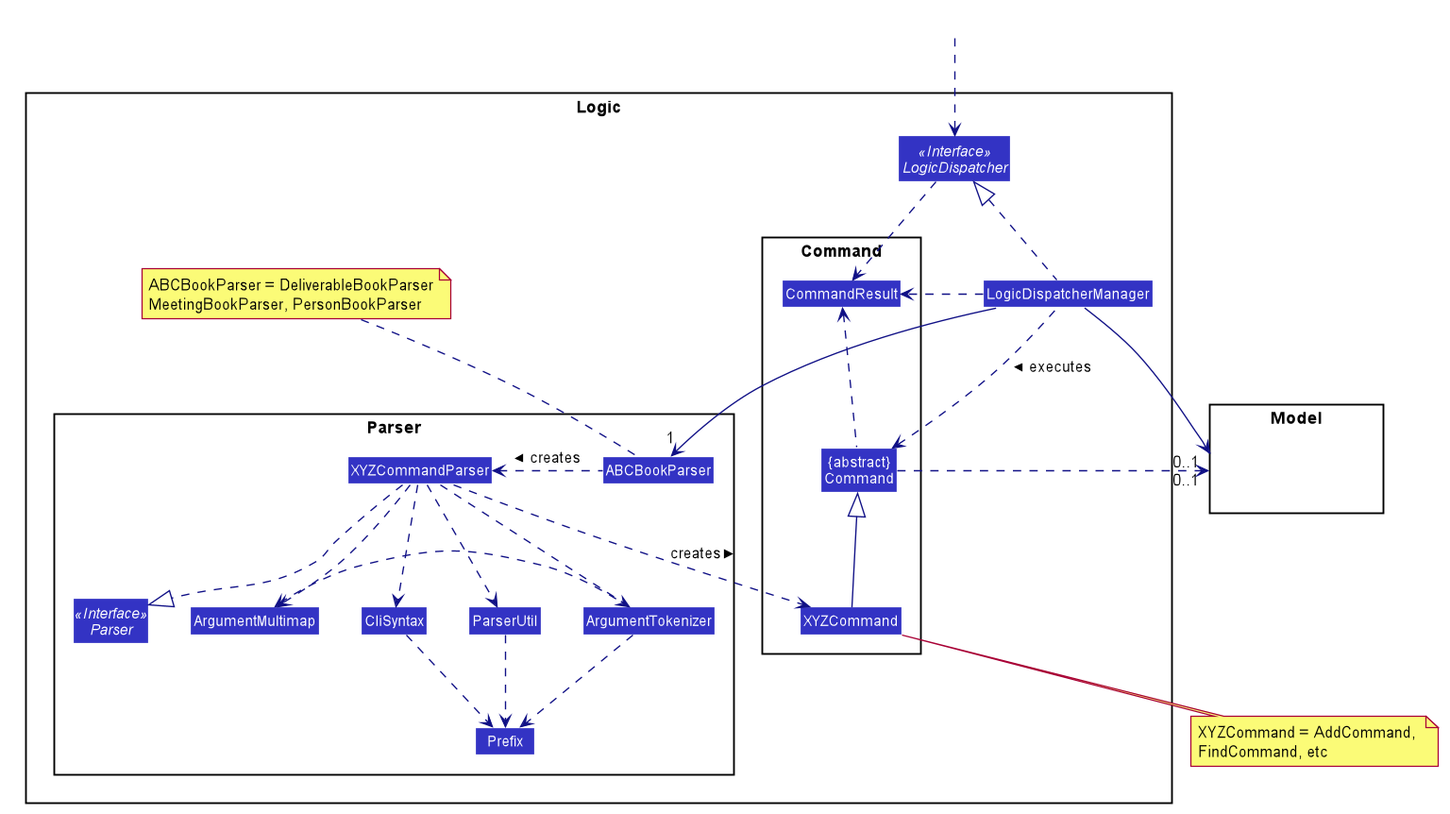
shadowezz/Productiv keeps this PlantUML diagram as docs/images/LogicClassDiagram.png. Above is the earlier version. The source it was exported from:
```plantuml
@startuml








skinparam BackgroundColor #FFFFFFF

skinparam Shadowing false

skinparam Class {
    FontColor #FFFFFF
    BorderThickness 1
    BorderColor #FFFFFF
    StereotypeFontColor #FFFFFF
    FontName Arial
}

skinparam Actor {
    BorderColor #000000
    Color #000000
    FontName Arial
}

skinparam Sequence {
    MessageAlign center
    BoxFontSize 15
    BoxPadding 0
    BoxFontColor #FFFFFF
    FontName Arial
}

skinparam Participant {
    FontColor #FFFFFFF
    Padding 20
}

skinparam MinClassWidth 50
skinparam ParticipantPadding 10
skinparam Shadowing false
skinparam DefaultTextAlignment center
skinparam packageStyle Rectangle

hide footbox
hide members
hide circle
skinparam arrowThickness 1.1
skinparam arrowColor #101086
skinparam classBackgroundColor #3333C4

package Logic {

package Parser {
Interface Parser <<Interface>>
Class ABCBookParser
Class XYZCommandParser
Class CliSyntax
Class ParserUtil
Class ArgumentMultimap
Class ArgumentTokenizer
Class Prefix
}

package Command {
Class XYZCommand
Class CommandResult
Class "{abstract}\nCommand" as Command
}

Interface LogicDispatcher <<Interface>>
Class LogicDispatcherManager

note top of ABCBookParser: ABCBookParser = DeliverableBookParser\nMeetingBookParser, PersonBookParser

}

package Model{
class HiddenModel #FFFFFF
}

Class HiddenOutside #FFFFFF
HiddenOutside ..> LogicDispatcher

LogicDispatcherManager .up.|> LogicDispatcher
LogicDispatcherManager -->"1" ABCBookParser
ABCBookParser .left.> XYZCommandParser: creates >

XYZCommandParser ..> XYZCommand : creates >
XYZCommandParser ..|> Parser
XYZCommandParser ..> ArgumentMultimap
XYZCommandParser ..> ArgumentTokenizer
ArgumentTokenizer .left.> ArgumentMultimap
XYZCommandParser ..> CliSyntax
CliSyntax ..> Prefix
XYZCommandParser ..> ParserUtil
ParserUtil .down.> Prefix
ArgumentTokenizer .down.> Prefix
XYZCommand -up-|> Command
LogicDispatcherManager .left.> Command : executes >

LogicDispatcherManager -> "0..1           " Model
Command .> "0..1    " Model

note bottom of XYZCommand: XYZCommand = AddCommand, \nFindCommand, etc
LogicDispatcher ..> CommandResult
LogicDispatcherManager .down.> CommandResult
Command .up.> CommandResult
CommandResult -[hidden]-> Parser
@enduml
```
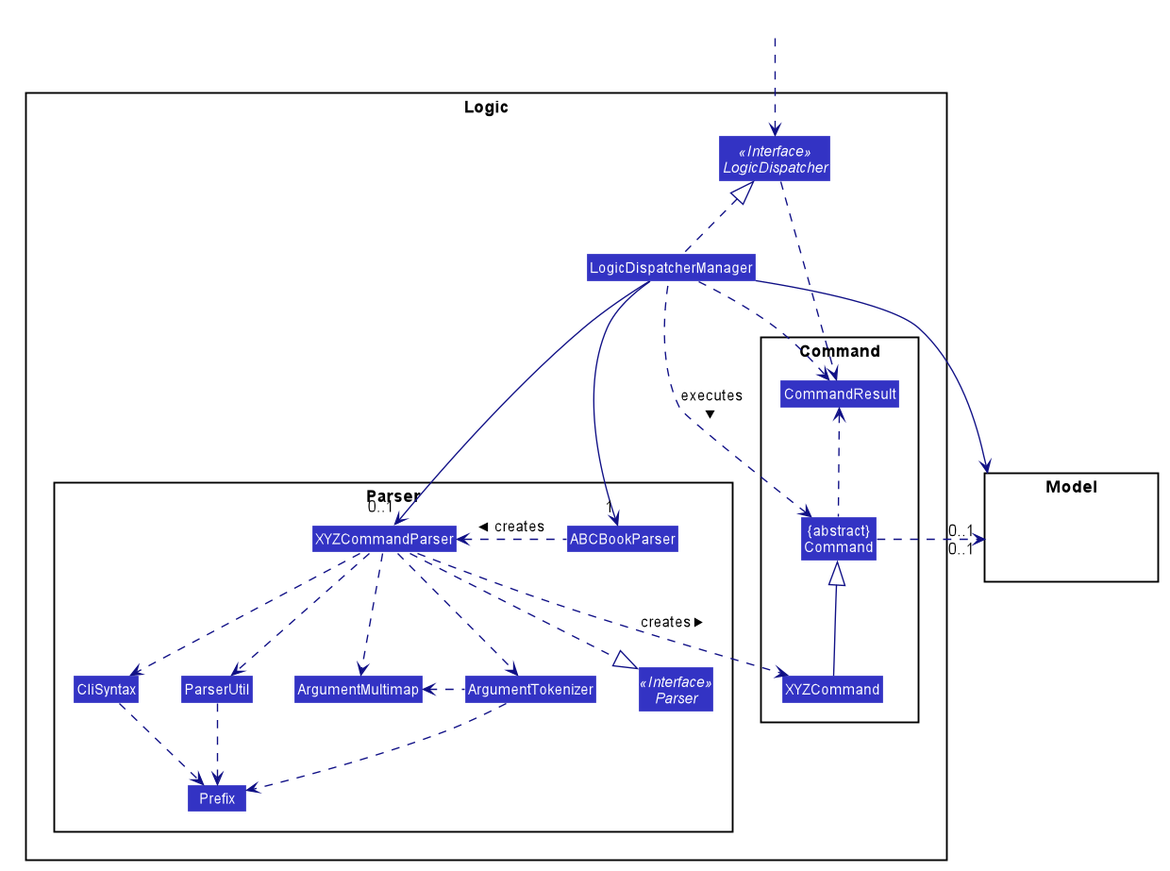
After the change.

Change to the diagram source:
```diff
@@ -47,6 +47,8 @@
 hide footbox
 hide members
 hide circle
+
+
 skinparam arrowThickness 1.1
 skinparam arrowColor #101086
 skinparam classBackgroundColor #3333C4
@@ -72,9 +74,6 @@
 
 Interface LogicDispatcher <<Interface>>
 Class LogicDispatcherManager
-
-note top of ABCBookParser: ABCBookParser = DeliverableBookParser\nMeetingBookParser, PersonBookParser
-
 }
 
 package Model{
@@ -100,11 +99,11 @@
 ArgumentTokenizer .down.> Prefix
 XYZCommand -up-|> Command
 LogicDispatcherManager .left.> Command : executes >
+LogicDispatcherManager -> "0..1           " Model
+LogicDispatcherManager ---> "0..1" XYZCommandParser
 
-LogicDispatcherManager -> "0..1           " Model
 Command .> "0..1    " Model
 
-note bottom of XYZCommand: XYZCommand = AddCommand, \nFindCommand, etc
 LogicDispatcher ..> CommandResult
 LogicDispatcherManager .down.> CommandResult
 Command .up.> CommandResult
```
